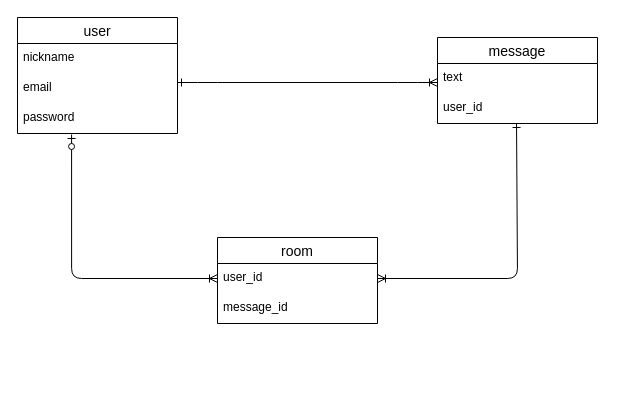
Earlier version of the draw.io diagram chat.dio (Hidetnk123/chatchat). Source tidied: cells renumbered, new cells numbered last; positions are measured from the earlier drawing's top-left corner, leaving out a move shared by most shapes. Both pictures are drawn from the tidied source at 100%, with x=0, y=0 at pixel (17, 17).
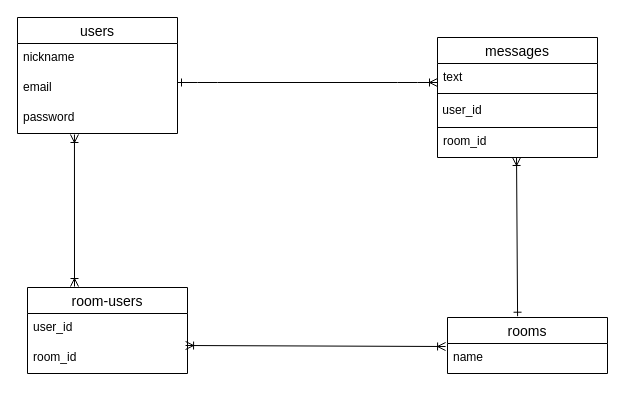
Above is the later version.

Unchanged cells that the change refers to:
```xml
<mxCell id="6" value="password" style="text;strokeColor=none;fillColor=none;spacingLeft=4;spacingRight=4;overflow=hidden;points=[[0,0.5],[1,0.5]];portConstraint=eastwest;fontSize=12;" parent="3" vertex="1">
  <mxGeometry y="86" width="160" height="30" as="geometry" />
</mxCell>
```

What changed in the source:
```diff
@@
-    <mxCell id="3" value="user" style="swimlane;fontStyle=0;horizontal=1;startSize=26;align=center;fontSize=14;" parent="1" vertex="1">
+    <mxCell id="3" value="users" style="swimlane;fontStyle=0;horizontal=1;startSize=26;align=center;fontSize=14;" parent="1" vertex="1">
       <mxGeometry width="160" height="116" as="geometry" />
     </mxCell>
@@
-    <mxCell id="7" value="message" style="swimlane;fontStyle=0;horizontal=1;startSize=26;align=center;fontSize=14;" parent="1" vertex="1">
-      <mxGeometry x="420" y="20" width="160" height="86" as="geometry" />
+    <mxCell id="7" value="messages" style="swimlane;fontStyle=0;horizontal=1;startSize=26;align=center;fontSize=14;" parent="1" vertex="1">
+      <mxGeometry x="420" y="20" width="160" height="120" as="geometry" />
     </mxCell>
@@
+    <mxCell id="15" value="&amp;nbsp;user_id" style="whiteSpace=wrap;html=1;align=left;fillColor=none;" parent="7" vertex="1">
+      <mxGeometry y="56" width="160" height="34" as="geometry" />
+    </mxCell>
-    <mxCell id="9" value="user_id" style="text;strokeColor=none;fillColor=none;spacingLeft=4;spacingRight=4;overflow=hidden;points=[[0,0.5],[1,0.5]];portConstraint=eastwest;fontSize=12;" parent="7" vertex="1">
-      <mxGeometry y="56" width="160" height="30" as="geometry" />
+    <mxCell id="9" value="room_id" style="text;strokeColor=none;fillColor=none;spacingLeft=4;spacingRight=4;overflow=hidden;points=[[0,0.5],[1,0.5]];portConstraint=eastwest;fontSize=12;" parent="7" vertex="1">
+      <mxGeometry y="90" width="160" height="30" as="geometry" />
     </mxCell>
+    <mxCell id="13" style="fontSize=12;html=1;endArrow=ERoneToMany;endFill=0;startArrow=ERone;startFill=0;exitX=0.438;exitY=-0.023;exitDx=0;exitDy=0;entryX=0.494;entryY=1;entryDx=0;entryDy=0;entryPerimeter=0;exitPerimeter=0;" parent="1" edge="1" source="10" target="9">
+      <mxGeometry relative="1" as="geometry" />
+    </mxCell>
+    <mxCell id="14" style="fontSize=12;html=1;endArrow=ERoneToMany;startArrow=ERoneToMany;exitX=0.356;exitY=1.033;exitDx=0;exitDy=0;exitPerimeter=0;startFill=0;" parent="1" edge="1" source="6">
+      <mxGeometry relative="1" as="geometry">
+        <mxPoint x="57" y="269" as="targetPoint" />
+      </mxGeometry>
+    </mxCell>
+    <mxCell id="16" value="room-users" style="swimlane;fontStyle=0;horizontal=1;startSize=26;align=center;fontSize=14;" parent="1" vertex="1">
+      <mxGeometry x="10" y="270" width="160" height="86" as="geometry" />
+    </mxCell>
+    <mxCell id="17" value="user_id" style="text;strokeColor=none;fillColor=none;spacingLeft=4;spacingRight=4;overflow=hidden;points=[[0,0.5],[1,0.5]];portConstraint=eastwest;fontSize=12;" parent="16" vertex="1">
+      <mxGeometry y="26" width="160" height="30" as="geometry" />
+    </mxCell>
+    <mxCell id="18" value="room_id" style="text;strokeColor=none;fillColor=none;spacingLeft=4;spacingRight=4;overflow=hidden;fontSize=12;" parent="16" vertex="1">
+      <mxGeometry y="56" width="160" height="30" as="geometry" />
+    </mxCell>
+    <mxCell id="19" style="endArrow=ERoneToMany;html=1;rounded=0;exitX=0.988;exitY=1.067;exitDx=0;exitDy=0;entryX=-0.012;entryY=0.1;entryDx=0;entryDy=0;entryPerimeter=0;startArrow=ERoneToMany;startFill=0;endFill=0;exitPerimeter=0;" parent="1" edge="1" source="17" target="11">
+      <mxGeometry relative="1" as="geometry" />
+    </mxCell>
-    <mxCell id="10" value="room" style="swimlane;fontStyle=0;horizontal=1;startSize=26;align=center;fontSize=14;" parent="1" vertex="1">
-      <mxGeometry x="200" y="220" width="160" height="86" as="geometry" />
+    <mxCell id="10" value="rooms" style="swimlane;fontStyle=0;horizontal=1;startSize=26;align=center;fontSize=14;" parent="1" vertex="1">
+      <mxGeometry x="430" y="300" width="160" height="56" as="geometry" />
     </mxCell>
-    <mxCell id="11" value="user_id" style="text;strokeColor=none;fillColor=none;spacingLeft=4;spacingRight=4;overflow=hidden;points=[[0,0.5],[1,0.5]];portConstraint=eastwest;fontSize=12;" parent="10" vertex="1">
+    <mxCell id="11" value="name" style="text;strokeColor=none;fillColor=none;spacingLeft=4;spacingRight=4;overflow=hidden;points=[[0,0.5],[1,0.5]];portConstraint=eastwest;fontSize=12;" parent="10" vertex="1">
       <mxGeometry y="26" width="160" height="30" as="geometry" />
     </mxCell>
-    <mxCell id="12" value="message_id" style="text;strokeColor=none;fillColor=none;spacingLeft=4;spacingRight=4;overflow=hidden;fontSize=12;" parent="10" vertex="1">
-      <mxGeometry y="56" width="160" height="30" as="geometry" />
-    </mxCell>
-    <mxCell id="13" style="edgeStyle=orthogonalEdgeStyle;fontSize=12;html=1;endArrow=ERone;endFill=0;startArrow=ERoneToMany;startFill=0;exitX=1;exitY=0.5;exitDx=0;exitDy=0;entryX=0.494;entryY=1;entryDx=0;entryDy=0;entryPerimeter=0;" parent="1" edge="1" source="11" target="9">
-      <mxGeometry relative="1" as="geometry">
-        <Array as="points">
-          <mxPoint x="500" y="261" />
-        </Array>
-      </mxGeometry>
-    </mxCell>
-    <mxCell id="14" style="edgeStyle=orthogonalEdgeStyle;fontSize=12;html=1;endArrow=ERoneToMany;startArrow=ERzeroToOne;entryX=0;entryY=0.5;entryDx=0;entryDy=0;exitX=0.338;exitY=1.033;exitDx=0;exitDy=0;exitPerimeter=0;" parent="1" edge="1" source="6" target="11">
-      <mxGeometry relative="1" as="geometry">
-        <Array as="points">
-          <mxPoint x="54" y="261" />
-        </Array>
-      </mxGeometry>
-    </mxCell>
```
